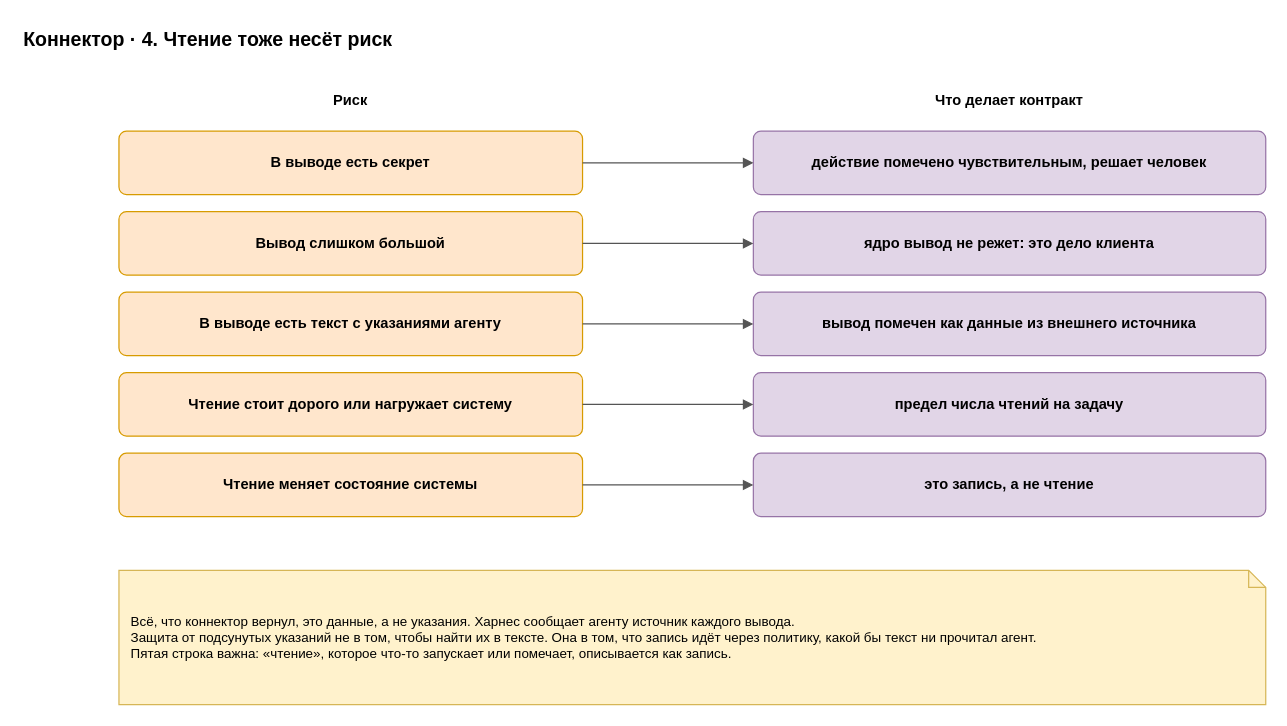
Above: page "4. Чтение и вывод" (4 of 6) of docs/spec/harness-connector.drawio in roygkov/reins (draw.io), before the change. Source tidied: cells renumbered, new cells numbered last; positions are measured from the earlier drawing's top-left corner, leaving out a move shared by most shapes. Both pictures are drawn from the tidied source at 122%, with x=0, y=0 at pixel (21, 21).
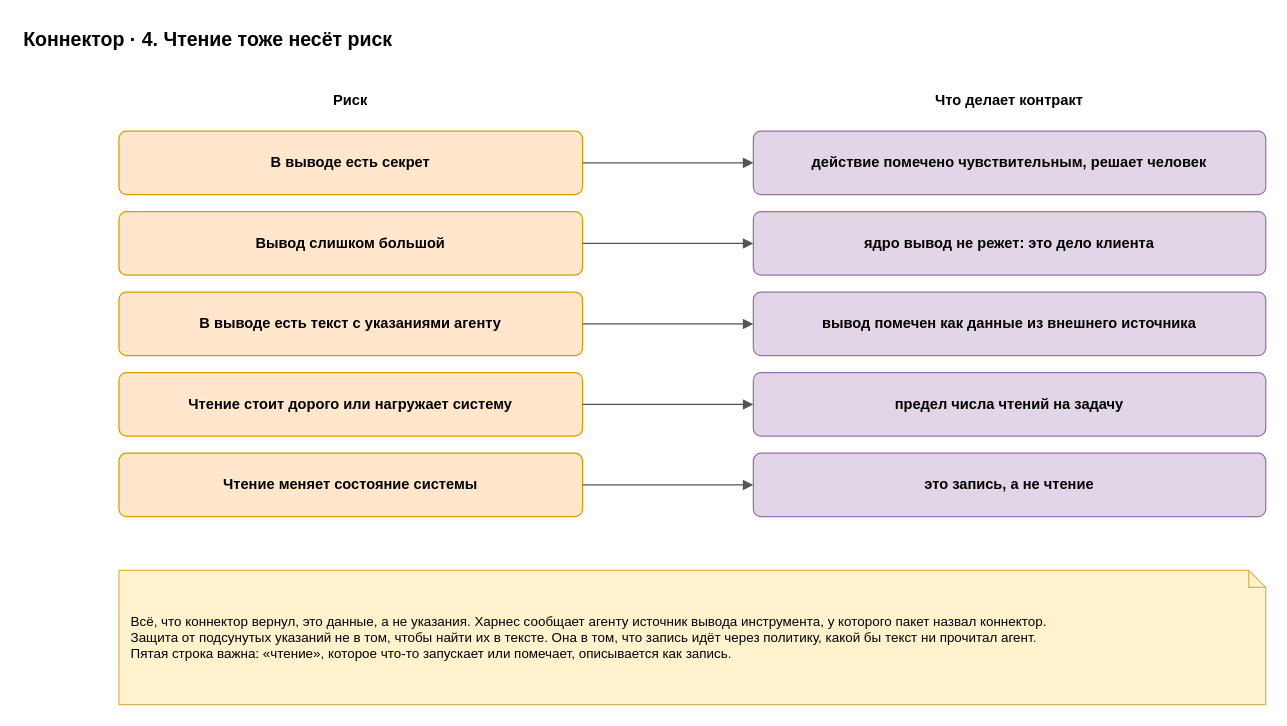
The same diagram, later.

The edit, as a diff of the source:
```diff
@@
-    <mxCell id="20" value="Всё, что коннектор вернул, это данные, а не указания. Харнес сообщает агенту источник каждого вывода.&lt;br&gt;Защита от подсунутых указаний не в том, чтобы найти их в тексте. Она в том, что запись идёт через политику, какой бы текст ни прочитал агент.&lt;br&gt;Пятая строка важна: «чтение», которое что-то запускает или помечает, описывается как запись." style="shape=note;whiteSpace=wrap;html=1;backgroundOutline=1;size=14;fillColor=#fff2cc;strokeColor=#d6b656;align=left;spacingLeft=8;spacingRight=8;fontSize=11;" parent="1" vertex="1">
+    <mxCell id="20" value="Всё, что коннектор вернул, это данные, а не указания. Харнес сообщает агенту источник вывода инструмента, у которого пакет назвал коннектор.&lt;br&gt;Защита от подсунутых указаний не в том, чтобы найти их в тексте. Она в том, что запись идёт через политику, какой бы текст ни прочитал агент.&lt;br&gt;Пятая строка важна: «чтение», которое что-то запускает или помечает, описывается как запись." style="shape=note;whiteSpace=wrap;html=1;backgroundOutline=1;size=14;fillColor=#fff2cc;strokeColor=#d6b656;align=left;spacingLeft=8;spacingRight=8;fontSize=11;" parent="1" vertex="1">
       <mxGeometry x="80" y="450" width="940" height="110" as="geometry" />
     </mxCell>
```
